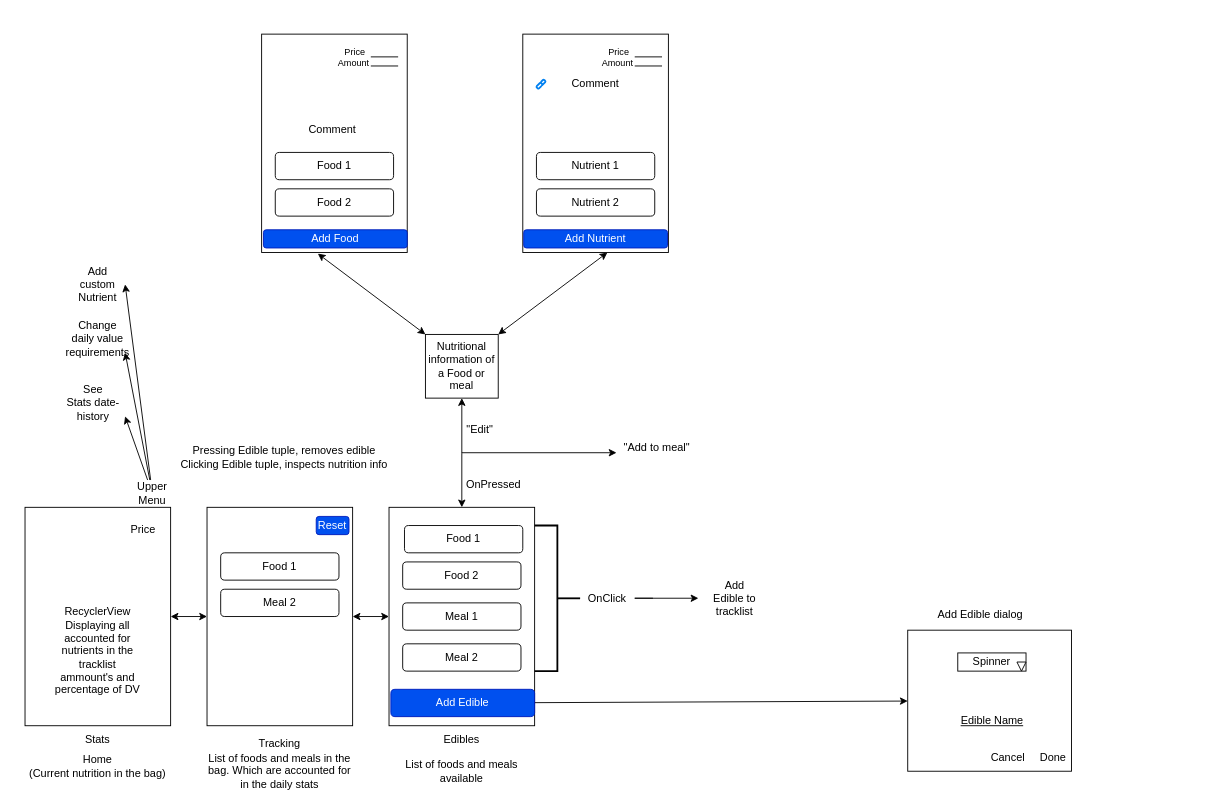
The draw.io diagram Documentation/Navigation.drawio in p4ulor/NutritionTrackerApp, before the edit. Source tidied: cells renumbered, new cells numbered last; positions are measured from the earlier drawing's top-left corner, leaving out a move shared by most shapes. Both pictures are drawn from the tidied source at 91%, with x=0, y=0 at pixel (15, 34).
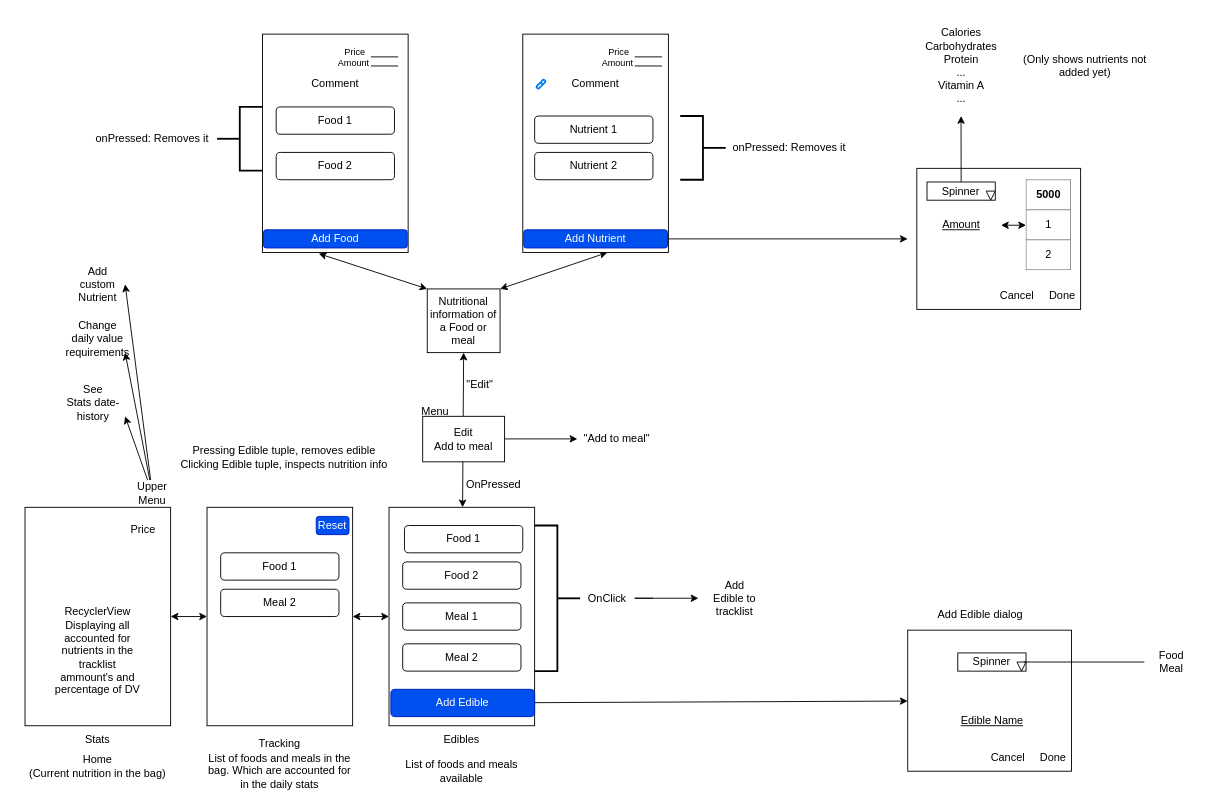
Above is the later version.

Unchanged cells that the change refers to:
```xml
<mxCell id="7" style="rounded=0;whiteSpace=wrap;html=1;" parent="1" vertex="1">
  <mxGeometry x="410" y="520" width="160" height="240" as="geometry" />
</mxCell>
<mxCell id="45" value="Add Nutrient" style="rounded=1;whiteSpace=wrap;html=1;fillColor=#0050ef;fontColor=#ffffff;strokeColor=#001DBC;" parent="1" vertex="1">
  <mxGeometry x="558" y="215" width="158" height="20" as="geometry" />
</mxCell>
<mxCell id="62" style="triangle;whiteSpace=wrap;html=1;rotation=90;" parent="1" vertex="1">
  <mxGeometry x="1100" y="690" width="10" height="10" as="geometry" />
</mxCell>
```

Change to the diagram source:
```diff
@@
-    <mxCell id="6" style="edgeStyle=orthogonalEdgeStyle;rounded=0;jettySize=auto;html=1;startArrow=classic;startFill=1;" parent="1" edge="1" source="7">
-      <mxGeometry relative="1" as="geometry">
-        <mxPoint x="490" y="400" as="targetPoint" />
-      </mxGeometry>
+    <mxCell id="6" style="rounded=0;jettySize=auto;html=1;startArrow=classic;startFill=1;entryX=0.5;entryY=1;entryDx=0;entryDy=0;" parent="1" edge="1" source="7" target="14">
+      <mxGeometry relative="1" as="geometry" />
     </mxCell>
@@
-    <mxCell id="11" style="rounded=0;jettySize=auto;html=1;entryX=0.386;entryY=1.005;entryDx=0;entryDy=0;entryPerimeter=0;startArrow=classic;startFill=1;" parent="1" edge="1" target="15">
-      <mxGeometry relative="1" as="geometry">
-        <mxPoint x="450" y="330" as="sourcePoint" />
-      </mxGeometry>
+    <mxCell id="11" style="rounded=0;jettySize=auto;html=1;entryX=0.386;entryY=1.005;entryDx=0;entryDy=0;entryPerimeter=0;startArrow=classic;startFill=1;exitX=0;exitY=0;exitDx=0;exitDy=0;" parent="1" edge="1" source="14" target="15">
+      <mxGeometry relative="1" as="geometry" />
     </mxCell>
     <mxCell id="12" style="rounded=0;whiteSpace=wrap;html=1;" parent="1" vertex="1">
-      <mxGeometry x="450" y="330" width="80" height="70" as="geometry" />
+      <mxGeometry x="452" y="280" width="80" height="70" as="geometry" />
     </mxCell>
@@
     <mxCell id="14" value="Nutritional information of a Food or meal" style="text;html=1;strokeColor=none;fillColor=none;align=center;verticalAlign=middle;whiteSpace=wrap;rounded=0;" parent="1" vertex="1">
-      <mxGeometry x="450" y="330" width="80" height="70" as="geometry" />
+      <mxGeometry x="452" y="280" width="80" height="70" as="geometry" />
     </mxCell>
     <mxCell id="15" style="rounded=0;whiteSpace=wrap;html=1;" parent="1" vertex="1">
-      <mxGeometry x="270" width="160" height="240" as="geometry" />
+      <mxGeometry x="271" width="160" height="240" as="geometry" />
     </mxCell>
@@
     <mxCell id="37" value="Food 1" style="rounded=1;whiteSpace=wrap;html=1;" parent="1" vertex="1">
-      <mxGeometry x="285" y="130" width="130" height="30" as="geometry" />
+      <mxGeometry x="286" y="80" width="130" height="30" as="geometry" />
     </mxCell>
     <mxCell id="38" value="Food 2" style="rounded=1;whiteSpace=wrap;html=1;" parent="1" vertex="1">
-      <mxGeometry x="285" y="170" width="130" height="30" as="geometry" />
+      <mxGeometry x="286" y="130" width="130" height="30" as="geometry" />
     </mxCell>
     <mxCell id="39" value="Nutrient 1" style="rounded=1;whiteSpace=wrap;html=1;" parent="1" vertex="1">
-      <mxGeometry x="572" y="130" width="130" height="30" as="geometry" />
+      <mxGeometry x="570" y="90" width="130" height="30" as="geometry" />
     </mxCell>
     <mxCell id="40" value="Nutrient 2" style="rounded=1;whiteSpace=wrap;html=1;" parent="1" vertex="1">
-      <mxGeometry x="572" y="170" width="130" height="30" as="geometry" />
+      <mxGeometry x="570" y="130" width="130" height="30" as="geometry" />
     </mxCell>
@@
     <mxCell id="42" value="Comment" style="text;html=1;strokeColor=none;fillColor=none;align=center;verticalAlign=middle;whiteSpace=wrap;rounded=0;" parent="1" vertex="1">
-      <mxGeometry x="318" y="90" width="60" height="30" as="geometry" />
+      <mxGeometry x="321" y="40" width="60" height="30" as="geometry" />
     </mxCell>
@@
+    <mxCell id="68" style="edgeStyle=none;rounded=0;jettySize=auto;html=1;" parent="1" edge="1" source="45">
+      <mxGeometry relative="1" as="geometry">
+        <mxPoint x="980" y="225" as="targetPoint" />
+      </mxGeometry>
+    </mxCell>
@@
     <mxCell id="65" value="&quot;Edit&quot;" style="text;html=1;strokeColor=none;fillColor=none;align=center;verticalAlign=middle;whiteSpace=wrap;rounded=0;" parent="1" vertex="1">
-      <mxGeometry x="480" y="420" width="60" height="30" as="geometry" />
+      <mxGeometry x="480" y="370" width="60" height="30" as="geometry" />
     </mxCell>
     <mxCell id="66" value="&quot;Add to meal&quot;" style="text;html=1;strokeColor=none;fillColor=none;align=center;verticalAlign=middle;whiteSpace=wrap;rounded=0;" parent="1" vertex="1">
-      <mxGeometry x="667" y="440" width="75" height="30" as="geometry" />
+      <mxGeometry x="622.5" y="430" width="75" height="30" as="geometry" />
     </mxCell>
     <mxCell id="67" style="endArrow=classic;html=1;rounded=0;" parent="1" edge="1">
       <mxGeometry relative="1" as="geometry">
-        <mxPoint x="490" y="460" as="sourcePoint" />
-        <mxPoint x="660" y="460" as="targetPoint" />
+        <mxPoint x="537" y="444.8" as="sourcePoint" />
+        <mxPoint x="617" y="444.8" as="targetPoint" />
       </mxGeometry>
     </mxCell>
+    <mxCell id="69" value="onPressed: Removes it" style="text;html=1;strokeColor=none;fillColor=none;align=center;verticalAlign=middle;whiteSpace=wrap;rounded=0;" parent="1" vertex="1">
+      <mxGeometry x="770" y="110" width="160" height="30" as="geometry" />
+    </mxCell>
+    <mxCell id="70" style="strokeWidth=2;html=1;shape=mxgraph.flowchart.annotation_2;align=left;labelPosition=right;rotation=-180;" parent="1" vertex="1">
+      <mxGeometry x="730" y="90" width="50" height="70" as="geometry" />
+    </mxCell>
+    <mxCell id="71" style="strokeWidth=2;html=1;shape=mxgraph.flowchart.annotation_2;align=left;labelPosition=right;rotation=0;" parent="1" vertex="1">
+      <mxGeometry x="221" y="80" width="50" height="70" as="geometry" />
+    </mxCell>
+    <mxCell id="72" value="onPressed: Removes it" style="text;html=1;strokeColor=none;fillColor=none;align=center;verticalAlign=middle;whiteSpace=wrap;rounded=0;" parent="1" vertex="1">
+      <mxGeometry x="70" y="100" width="160" height="30" as="geometry" />
+    </mxCell>
+    <mxCell id="73" value="Edit&lt;br&gt;Add to meal" style="rounded=0;whiteSpace=wrap;html=1;" parent="1" vertex="1">
+      <mxGeometry x="447" y="420" width="90" height="50" as="geometry" />
+    </mxCell>
+    <mxCell id="74" value="Menu" style="text;html=1;strokeColor=none;fillColor=none;align=center;verticalAlign=middle;whiteSpace=wrap;rounded=0;" parent="1" vertex="1">
+      <mxGeometry x="431" y="400" width="60" height="30" as="geometry" />
+    </mxCell>
+    <mxCell id="75" style="endArrow=none;html=1;rounded=0;exitX=0;exitY=0.25;exitDx=0;exitDy=0;" parent="1" edge="1" source="62">
+      <mxGeometry relative="1" as="geometry">
+        <mxPoint x="1240" y="690" as="targetPoint" />
+      </mxGeometry>
+    </mxCell>
+    <mxCell id="76" value="Food&lt;br&gt;Meal" style="text;html=1;strokeColor=none;fillColor=none;align=center;verticalAlign=middle;whiteSpace=wrap;rounded=0;" parent="1" vertex="1">
+      <mxGeometry x="1240" y="675" width="60" height="30" as="geometry" />
+    </mxCell>
+    <mxCell id="77" style="rounded=0;whiteSpace=wrap;html=1;" parent="1" vertex="1">
+      <mxGeometry x="990" y="147.5" width="180" height="155" as="geometry" />
+    </mxCell>
+    <mxCell id="78" style="edgeStyle=none;rounded=0;jettySize=auto;html=1;exitX=0.5;exitY=0;exitDx=0;exitDy=0;startArrow=none;startFill=0;" parent="1" edge="1" source="79">
+      <mxGeometry relative="1" as="geometry">
+        <mxPoint x="1038.6" y="90" as="targetPoint" />
+      </mxGeometry>
+    </mxCell>
+    <mxCell id="79" value="Spinner" style="rounded=0;whiteSpace=wrap;html=1;" parent="1" vertex="1">
+      <mxGeometry x="1001.2" y="162.5" width="75" height="20" as="geometry" />
+    </mxCell>
+    <mxCell id="80" style="triangle;whiteSpace=wrap;html=1;rotation=90;" parent="1" vertex="1">
+      <mxGeometry x="1066.2" y="172.5" width="10" height="10" as="geometry" />
+    </mxCell>
+    <mxCell id="81" style="edgeStyle=none;rounded=0;jettySize=auto;html=1;entryX=0;entryY=0.5;entryDx=0;entryDy=0;startArrow=classic;startFill=1;" parent="1" edge="1" source="82" target="84">
+      <mxGeometry relative="1" as="geometry" />
+    </mxCell>
+    <mxCell id="82" value="Amount" style="text;html=1;strokeColor=none;fillColor=none;align=center;verticalAlign=middle;whiteSpace=wrap;rounded=0;fontStyle=4;" parent="1" vertex="1">
+      <mxGeometry x="995" y="195" width="87.5" height="30" as="geometry" />
+    </mxCell>
+    <mxCell id="83" value="Cancel&amp;nbsp; &amp;nbsp; &amp;nbsp;Done" style="text;html=1;strokeColor=none;fillColor=none;align=center;verticalAlign=middle;whiteSpace=wrap;rounded=0;" parent="1" vertex="1">
+      <mxGeometry x="1076.2" y="272.5" width="93.8" height="30" as="geometry" />
+    </mxCell>
+    <mxCell id="84" value="&lt;table border=&quot;1&quot; width=&quot;100%&quot; cellpadding=&quot;4&quot; style=&quot;width: 100% ; height: 100% ; border-collapse: collapse&quot;&gt;&lt;tbody&gt;&lt;tr&gt;&lt;th align=&quot;center&quot;&gt;5000&lt;/th&gt;&lt;/tr&gt;&lt;tr&gt;&lt;td align=&quot;center&quot;&gt;1&lt;/td&gt;&lt;/tr&gt;&lt;tr&gt;&lt;td align=&quot;center&quot;&gt;2&lt;/td&gt;&lt;/tr&gt;&lt;/tbody&gt;&lt;/table&gt;" style="text;html=1;strokeColor=none;fillColor=none;overflow=fill;" parent="1" vertex="1">
+      <mxGeometry x="1110" y="160" width="50" height="100" as="geometry" />
+    </mxCell>
+    <mxCell id="85" value="Calories&lt;br&gt;Carbohydrates&lt;br&gt;Protein&lt;br&gt;...&lt;br&gt;Vitamin A&lt;br&gt;..." style="text;html=1;strokeColor=none;fillColor=none;align=center;verticalAlign=middle;whiteSpace=wrap;rounded=0;" parent="1" vertex="1">
+      <mxGeometry x="990" y="-20" width="97.5" height="110" as="geometry" />
+    </mxCell>
+    <mxCell id="86" value="(Only shows nutrients not added yet)" style="text;html=1;strokeColor=none;fillColor=none;align=center;verticalAlign=middle;whiteSpace=wrap;rounded=0;" parent="1" vertex="1">
+      <mxGeometry x="1100" y="20" width="150" height="30" as="geometry" />
+    </mxCell>
```
